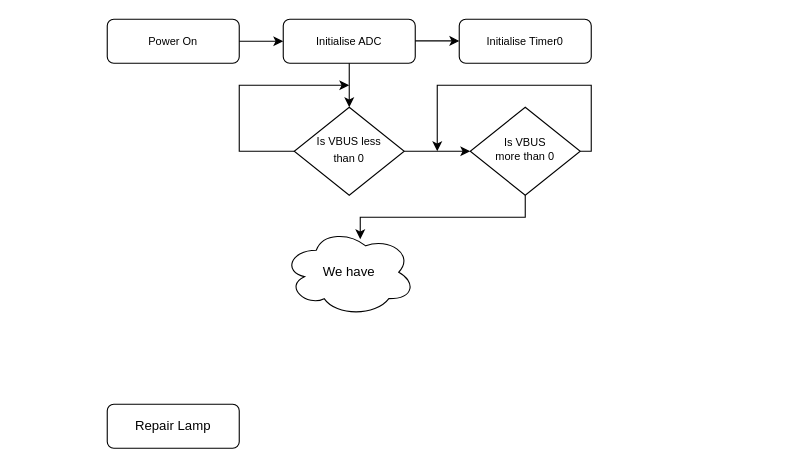
Before: Untitled Diagram.drawio in kaichodesu/sotond5, a draw.io diagram. Source tidied: cells renumbered, new cells numbered last; positions are measured from the earlier drawing's top-left corner, leaving out a move shared by most shapes. Both pictures are drawn from the tidied source at 110%, with x=0, y=0 at pixel (107, 19).
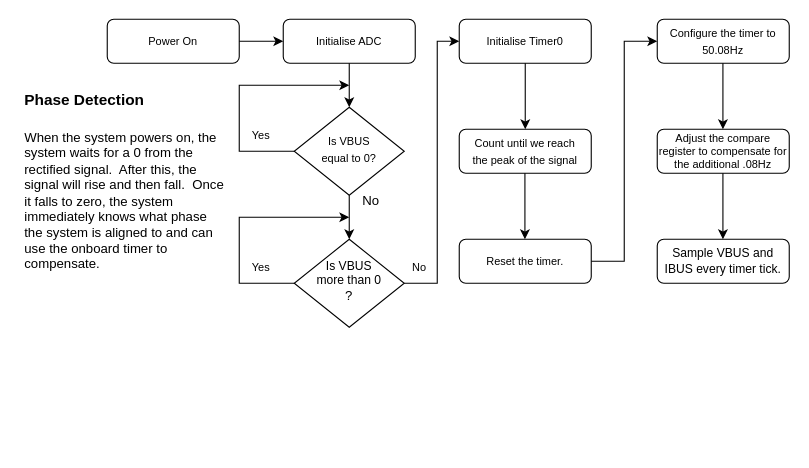
Above is the later version.

Unchanged cells that the change refers to:
```xml
<mxCell id="6" value="&lt;font style=&quot;font-size: 11px;&quot;&gt;&lt;font style=&quot;font-size: 10px;&quot;&gt;Initialise Timer0&lt;/font&gt;&lt;/font&gt;" style="rounded=1;whiteSpace=wrap;html=1;fontSize=12;glass=0;strokeWidth=1;shadow=0;" parent="1" vertex="1">
  <mxGeometry x="320" width="120" height="40" as="geometry" />
</mxCell>
```

The edit, as a diff of the source:
```diff
@@
-    <mxCell id="4" value="&lt;div&gt;&lt;font style=&quot;font-size: 11px;&quot;&gt;&lt;font style=&quot;font-size: 10px;&quot;&gt;Is VBUS less &lt;br&gt;&lt;/font&gt;&lt;/font&gt;&lt;/div&gt;&lt;div&gt;&lt;font style=&quot;font-size: 11px;&quot;&gt;&lt;font style=&quot;font-size: 10px;&quot;&gt;than 0&lt;/font&gt;&lt;/font&gt;&lt;/div&gt;" style="rhombus;whiteSpace=wrap;html=1;shadow=0;fontFamily=Helvetica;fontSize=12;align=center;strokeWidth=1;spacing=6;spacingTop=-4;" parent="1" vertex="1">
+    <mxCell id="4" value="&lt;div&gt;&lt;font style=&quot;font-size: 11px;&quot;&gt;&lt;font style=&quot;font-size: 10px;&quot;&gt;Is VBUS &lt;br&gt;&lt;/font&gt;&lt;/font&gt;&lt;/div&gt;&lt;div&gt;&lt;font style=&quot;font-size: 11px;&quot;&gt;&lt;font style=&quot;font-size: 10px;&quot;&gt;equal to 0?&lt;br&gt;&lt;/font&gt;&lt;/font&gt;&lt;/div&gt;" style="rhombus;whiteSpace=wrap;html=1;shadow=0;fontFamily=Helvetica;fontSize=12;align=center;strokeWidth=1;spacing=6;spacingTop=-4;" parent="1" vertex="1">
       <mxGeometry x="170" y="80" width="100" height="80" as="geometry" />
     </mxCell>
-    <mxCell id="5" value="Repair Lamp" style="rounded=1;whiteSpace=wrap;html=1;fontSize=12;glass=0;strokeWidth=1;shadow=0;" parent="1" vertex="1">
-      <mxGeometry y="350" width="120" height="40" as="geometry" />
+    <mxCell id="5" value="&lt;div&gt;&lt;font size=&quot;1&quot;&gt;Count until we reach&lt;/font&gt;&lt;/div&gt;&lt;div&gt;&lt;font size=&quot;1&quot;&gt;the peak of the signal&lt;br&gt; &lt;/font&gt;&lt;/div&gt;" style="rounded=1;whiteSpace=wrap;html=1;fontSize=12;glass=0;strokeWidth=1;shadow=0;" parent="1" vertex="1">
+      <mxGeometry x="320" y="100" width="120" height="40" as="geometry" />
     </mxCell>
@@
-    <mxCell id="9" style="endArrow=classic;html=1;rounded=0;entryX=0;entryY=0.5;entryDx=0;entryDy=0;" parent="1" edge="1">
-      <mxGeometry relative="1" as="geometry">
-        <mxPoint x="280" y="19.7" as="sourcePoint" />
-        <mxPoint x="320" y="19.7" as="targetPoint" />
-      </mxGeometry>
-    </mxCell>
@@
-    <mxCell id="11" style="endArrow=classic;html=1;rounded=0;exitX=0.5;exitY=1;exitDx=0;exitDy=0;entryX=0;entryY=0.5;entryDx=0;entryDy=0;" parent="1" edge="1" target="12">
-      <mxGeometry relative="1" as="geometry">
-        <mxPoint x="270" y="120" as="sourcePoint" />
-      </mxGeometry>
+    <mxCell id="11" style="endArrow=classic;html=1;rounded=0;exitX=0.5;exitY=1;exitDx=0;exitDy=0;entryX=0.5;entryY=0;entryDx=0;entryDy=0;" parent="1" edge="1" source="4" target="12">
+      <mxGeometry relative="1" as="geometry" />
     </mxCell>
-    <mxCell id="12" value="&lt;div style=&quot;font-size: 10px;&quot;&gt;&lt;font style=&quot;font-size: 10px;&quot;&gt;Is VBUS&lt;/font&gt;&lt;/div&gt;&lt;div style=&quot;font-size: 10px;&quot;&gt;&lt;font style=&quot;font-size: 10px;&quot;&gt;&lt;font style=&quot;font-size: 10px;&quot;&gt;more than 0&lt;/font&gt;&lt;br&gt;&lt;/font&gt;&lt;/div&gt;" style="rhombus;whiteSpace=wrap;html=1;shadow=0;fontFamily=Helvetica;fontSize=12;align=center;strokeWidth=1;spacing=6;spacingTop=-4;" parent="1" vertex="1">
-      <mxGeometry x="330" y="80" width="100" height="80" as="geometry" />
+    <mxCell id="12" value="&lt;div style=&quot;font-size: 11px;&quot;&gt;&lt;font style=&quot;font-size: 11px;&quot;&gt;Is VBUS&lt;/font&gt;&lt;/div&gt;&lt;div style=&quot;font-size: 11px;&quot;&gt;&lt;font style=&quot;font-size: 11px;&quot;&gt;&lt;font style=&quot;font-size: 11px;&quot;&gt;more than 0&lt;/font&gt;&lt;br&gt;&lt;/font&gt;&lt;/div&gt;?" style="rhombus;whiteSpace=wrap;html=1;shadow=0;fontFamily=Helvetica;fontSize=12;align=center;strokeWidth=1;spacing=6;spacingTop=-4;" parent="1" vertex="1">
+      <mxGeometry x="170" y="200" width="100" height="80" as="geometry" />
     </mxCell>
-    <mxCell id="13" style="endArrow=classic;html=1;rounded=0;exitX=1;exitY=0.5;exitDx=0;exitDy=0;" parent="1" edge="1" source="12">
+    <mxCell id="13" style="endArrow=classic;html=1;rounded=0;exitX=0;exitY=0.5;exitDx=0;exitDy=0;" parent="1" edge="1" source="12">
       <mxGeometry relative="1" as="geometry">
-        <mxPoint x="300" y="120" as="targetPoint" />
+        <mxPoint x="220" y="180" as="targetPoint" />
         <Array as="points">
-          <mxPoint x="440" y="120" />
-          <mxPoint x="440" y="60" />
-          <mxPoint x="300" y="60" />
+          <mxPoint x="120" y="240" />
+          <mxPoint x="120" y="180" />
+          <mxPoint x="220" y="180" />
         </Array>
       </mxGeometry>
     </mxCell>
-    <mxCell id="14" value="We have " style="ellipse;shape=cloud;whiteSpace=wrap;html=1;" parent="1" vertex="1">
-      <mxGeometry x="160" y="190" width="120" height="80" as="geometry" />
-    </mxCell>
-    <mxCell id="15" style="endArrow=classic;html=1;rounded=0;exitX=0.5;exitY=1;exitDx=0;exitDy=0;" parent="1" edge="1" source="12">
-      <mxGeometry relative="1" as="geometry">
-        <mxPoint x="230" y="200" as="targetPoint" />
-        <Array as="points">
-          <mxPoint x="380" y="180" />
-          <mxPoint x="230" y="180" />
-        </Array>
-      </mxGeometry>
-    </mxCell>
+    <mxCell id="16" style="endArrow=classic;html=1;rounded=0;exitX=1;exitY=0.5;exitDx=0;exitDy=0;entryX=0;entryY=0.5;entryDx=0;entryDy=0;" parent="1" edge="1" source="12" target="6">
+      <mxGeometry relative="1" as="geometry">
+        <Array as="points">
+          <mxPoint x="300" y="240" />
+          <mxPoint x="300" y="20" />
+        </Array>
+      </mxGeometry>
+    </mxCell>
+    <mxCell id="17" style="endArrow=classic;html=1;rounded=0;entryX=0.5;entryY=0;entryDx=0;entryDy=0;exitX=0.5;exitY=1;exitDx=0;exitDy=0;" parent="1" edge="1" source="6" target="5">
+      <mxGeometry relative="1" as="geometry" />
+    </mxCell>
+    <mxCell id="18" value="&lt;font style=&quot;font-size: 11px;&quot;&gt;&lt;font style=&quot;font-size: 10px;&quot;&gt;Yes&lt;/font&gt;&lt;/font&gt;" style="text;html=1;strokeColor=none;fillColor=none;align=center;verticalAlign=middle;whiteSpace=wrap;rounded=0;" parent="1" vertex="1">
+      <mxGeometry x="110" y="90" width="60" height="30" as="geometry" />
+    </mxCell>
+    <mxCell id="19" value="&lt;font style=&quot;font-size: 11px;&quot;&gt;&lt;font style=&quot;font-size: 10px;&quot;&gt;No&lt;/font&gt;&lt;/font&gt;" style="text;html=1;strokeColor=none;fillColor=none;align=center;verticalAlign=middle;whiteSpace=wrap;rounded=0;" parent="1" vertex="1">
+      <mxGeometry x="254" y="210" width="60" height="30" as="geometry" />
+    </mxCell>
+    <mxCell id="20" value="&lt;font style=&quot;font-size: 11px;&quot;&gt;&lt;font style=&quot;font-size: 10px;&quot;&gt;Yes&lt;/font&gt;&lt;/font&gt;" style="text;html=1;strokeColor=none;fillColor=none;align=center;verticalAlign=middle;whiteSpace=wrap;rounded=0;" parent="1" vertex="1">
+      <mxGeometry x="110" y="210" width="60" height="30" as="geometry" />
+    </mxCell>
+    <mxCell id="21" value="No" style="text;html=1;strokeColor=none;fillColor=none;align=center;verticalAlign=middle;whiteSpace=wrap;rounded=0;" parent="1" vertex="1">
+      <mxGeometry x="210" y="150" width="60" height="30" as="geometry" />
+    </mxCell>
+    <mxCell id="22" value="&lt;h1&gt;&lt;font style=&quot;font-size: 23px;&quot;&gt;&lt;font style=&quot;font-size: 22px;&quot;&gt;&lt;font style=&quot;font-size: 21px;&quot;&gt;&lt;font style=&quot;font-size: 20px;&quot;&gt;&lt;font style=&quot;font-size: 19px;&quot;&gt;&lt;font style=&quot;font-size: 18px;&quot;&gt;&lt;font style=&quot;font-size: 17px;&quot;&gt;&lt;font style=&quot;font-size: 16px;&quot;&gt;&lt;font style=&quot;font-size: 15px;&quot;&gt;&lt;font style=&quot;font-size: 14px;&quot;&gt;Phase Detection&lt;/font&gt;&lt;/font&gt;&lt;/font&gt;&lt;/font&gt;&lt;/font&gt;&lt;/font&gt;&lt;/font&gt;&lt;/font&gt;&lt;/font&gt;&lt;/font&gt;&lt;br&gt;&lt;/h1&gt;&lt;p&gt;When the system powers on, the system waits for a 0 from the rectified signal.&amp;nbsp; After this, the signal will rise and then fall.&amp;nbsp; Once it falls to zero, the system immediately knows what phase the system is aligned to and can use the onboard timer to compensate.&lt;br&gt;&lt;/p&gt;" style="text;html=1;strokeColor=none;fillColor=none;spacing=5;spacingTop=-20;whiteSpace=wrap;overflow=hidden;rounded=0;" parent="1" vertex="1">
+      <mxGeometry x="-80" y="50" width="190" height="190" as="geometry" />
+    </mxCell>
+    <mxCell id="23" style="endArrow=classic;html=1;rounded=0;entryX=0.5;entryY=0;entryDx=0;entryDy=0;exitX=0.5;exitY=1;exitDx=0;exitDy=0;" parent="1" edge="1">
+      <mxGeometry relative="1" as="geometry">
+        <mxPoint x="379.7" y="140" as="sourcePoint" />
+        <mxPoint x="379.7" y="200" as="targetPoint" />
+      </mxGeometry>
+    </mxCell>
+    <mxCell id="24" value="&lt;font style=&quot;font-size: 11px;&quot;&gt;&lt;font style=&quot;font-size: 10px;&quot;&gt;Reset the timer.&lt;/font&gt;&lt;/font&gt;" style="rounded=1;whiteSpace=wrap;html=1;fontSize=12;glass=0;strokeWidth=1;shadow=0;" parent="1" vertex="1">
+      <mxGeometry x="320" y="200" width="120" height="40" as="geometry" />
+    </mxCell>
+    <mxCell id="25" style="endArrow=classic;html=1;rounded=0;exitX=1;exitY=0.5;exitDx=0;exitDy=0;" parent="1" edge="1">
+      <mxGeometry relative="1" as="geometry">
+        <mxPoint x="440" y="220" as="sourcePoint" />
+        <mxPoint x="500" y="20" as="targetPoint" />
+        <Array as="points">
+          <mxPoint x="470" y="220" />
+          <mxPoint x="470" y="20" />
+        </Array>
+      </mxGeometry>
+    </mxCell>
+    <mxCell id="26" value="&lt;div&gt;&lt;font style=&quot;font-size: 10px;&quot;&gt;Configure the timer to&lt;/font&gt;&lt;/div&gt;&lt;div&gt;&lt;font style=&quot;font-size: 10px;&quot;&gt;50.08Hz&lt;br&gt;&lt;/font&gt;&lt;/div&gt;" style="rounded=1;whiteSpace=wrap;html=1;fontSize=12;glass=0;strokeWidth=1;shadow=0;" parent="1" vertex="1">
+      <mxGeometry x="500" width="120" height="40" as="geometry" />
+    </mxCell>
+    <mxCell id="27" value="&lt;div style=&quot;font-size: 10px;&quot;&gt;&lt;font style=&quot;font-size: 10px;&quot;&gt;Adjust the compare&lt;/font&gt;&lt;/div&gt;&lt;div style=&quot;font-size: 10px;&quot;&gt;&lt;font style=&quot;font-size: 10px;&quot;&gt;register to compensate for the additional .08Hz&lt;br&gt;&lt;/font&gt;&lt;/div&gt;" style="rounded=1;whiteSpace=wrap;html=1;fontSize=12;glass=0;strokeWidth=1;shadow=0;" parent="1" vertex="1">
+      <mxGeometry x="500" y="100" width="120" height="40" as="geometry" />
+    </mxCell>
+    <mxCell id="28" style="endArrow=classic;html=1;rounded=0;entryX=0.5;entryY=0;entryDx=0;entryDy=0;exitX=0.5;exitY=1;exitDx=0;exitDy=0;" parent="1" edge="1">
+      <mxGeometry relative="1" as="geometry">
+        <mxPoint x="559.7" y="40" as="sourcePoint" />
+        <mxPoint x="559.7" y="100" as="targetPoint" />
+      </mxGeometry>
+    </mxCell>
+    <mxCell id="29" value="&lt;div style=&quot;font-size: 11px;&quot;&gt;&lt;font style=&quot;font-size: 11px;&quot;&gt;Sample VBUS and&lt;/font&gt;&lt;/div&gt;&lt;div style=&quot;font-size: 11px;&quot;&gt;&lt;font style=&quot;font-size: 11px;&quot;&gt;&lt;font style=&quot;font-size: 11px;&quot;&gt;IBUS&lt;/font&gt; every timer tick.&lt;br&gt;&lt;/font&gt;&lt;/div&gt;" style="rounded=1;whiteSpace=wrap;html=1;fontSize=12;glass=0;strokeWidth=1;shadow=0;" parent="1" vertex="1">
+      <mxGeometry x="500" y="200" width="120" height="40" as="geometry" />
+    </mxCell>
+    <mxCell id="30" style="endArrow=classic;html=1;rounded=0;entryX=0.5;entryY=0;entryDx=0;entryDy=0;exitX=0.5;exitY=1;exitDx=0;exitDy=0;" parent="1" edge="1">
+      <mxGeometry relative="1" as="geometry">
+        <mxPoint x="559.7" y="140" as="sourcePoint" />
+        <mxPoint x="559.7" y="200" as="targetPoint" />
+      </mxGeometry>
+    </mxCell>
```
